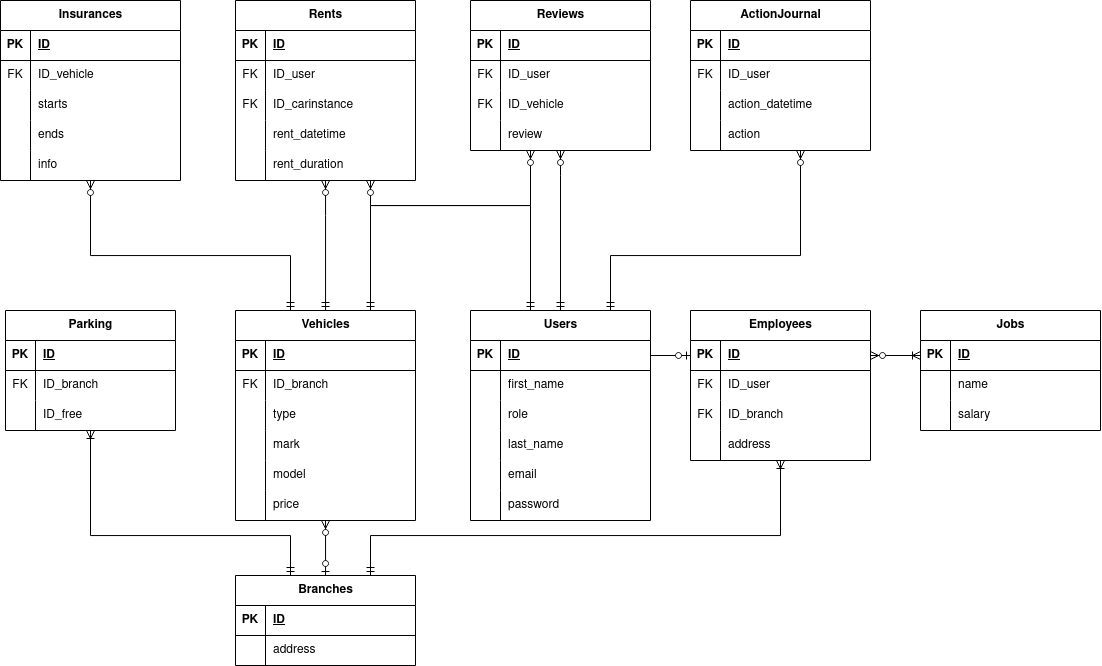
The draw.io diagram Entities.png in Ma3yTuK/CarRentDB, before a commit. Source tidied: cells renumbered, new cells last; positions are measured from the earlier drawing's top-left corner, leaving out a move shared by most shapes.
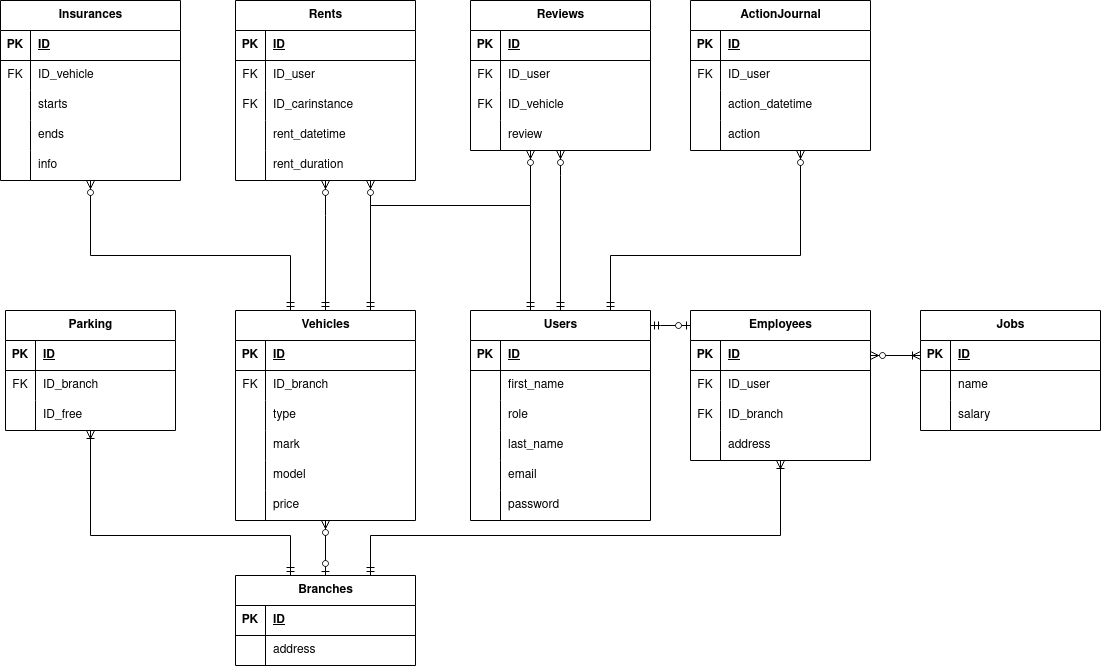
Later version of the same file.

What changed in the source:
```diff
@@ -350,9 +350,6 @@
     <mxCell id="112" style="edgeStyle=entityRelationEdgeStyle;fontSize=12;html=1;endArrow=ERoneToMany;startArrow=ERzeroToMany;rounded=0;" parent="1" edge="1" source="3" target="103">
       <mxGeometry relative="1" as="geometry" />
     </mxCell>
-    <mxCell id="113" style="edgeStyle=entityRelationEdgeStyle;fontSize=12;html=1;endArrow=ERzeroToOne;endFill=1;rounded=0;" parent="1" edge="1" source="16" target="3">
-      <mxGeometry relative="1" as="geometry" />
-    </mxCell>
     <mxCell id="114" value="Insurances" style="shape=table;startSize=30;rowLines=0;fontStyle=1;align=center;html=1;" parent="1" vertex="1">
       <mxGeometry width="180" height="180" as="geometry" />
     </mxCell>
@@ -488,5 +485,13 @@
         </Array>
       </mxGeometry>
     </mxCell>
+    <mxCell id="149" style="edgeStyle=orthogonalEdgeStyle;fontSize=12;html=1;endArrow=ERzeroToOne;startArrow=ERmandOne;rounded=0;" parent="1" edge="1" source="15" target="2">
+      <mxGeometry relative="1" as="geometry">
+        <Array as="points">
+          <mxPoint x="660" y="325" />
+          <mxPoint x="660" y="325" />
+        </Array>
+      </mxGeometry>
+    </mxCell>
   </root>
 </mxGraphModel>
```
